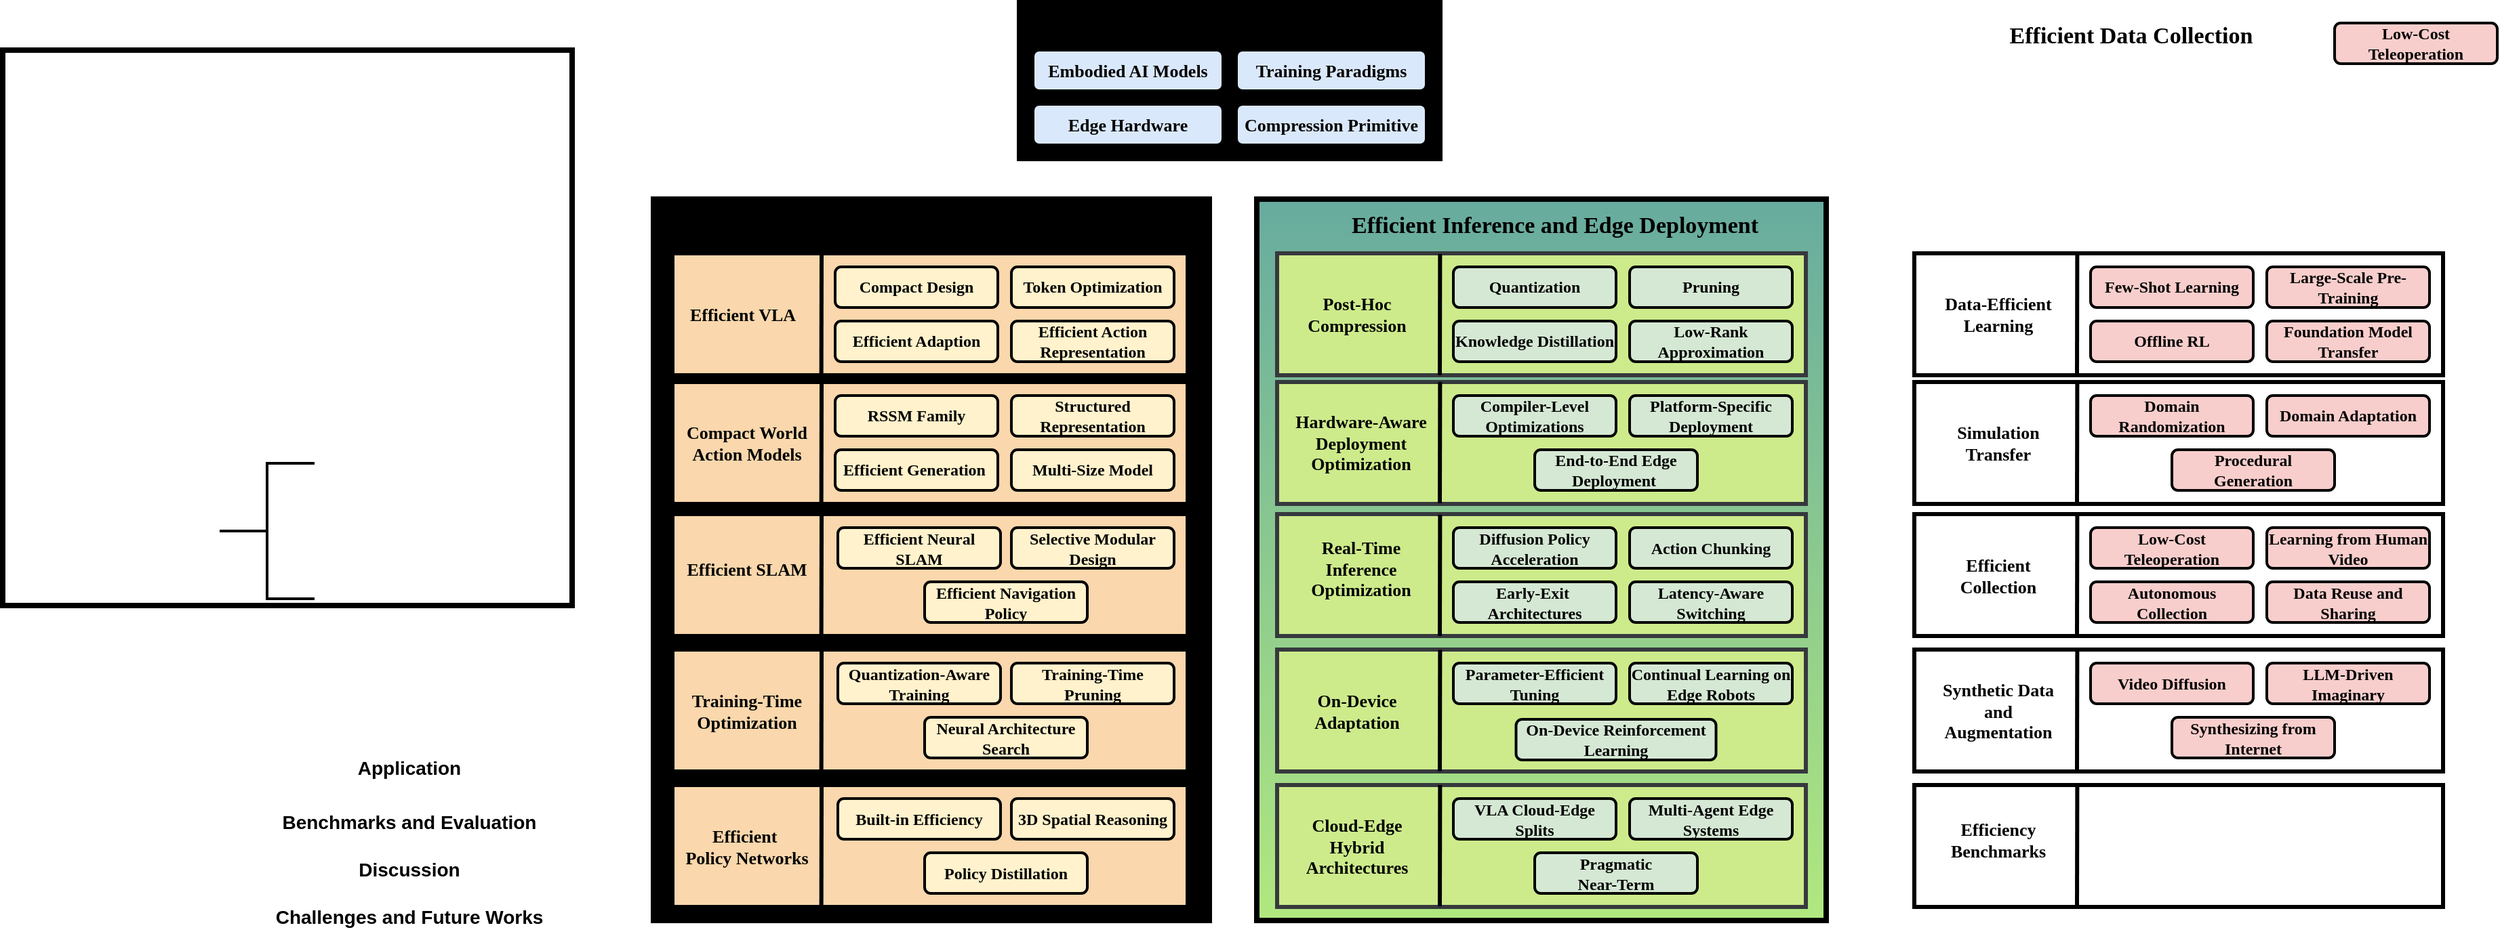
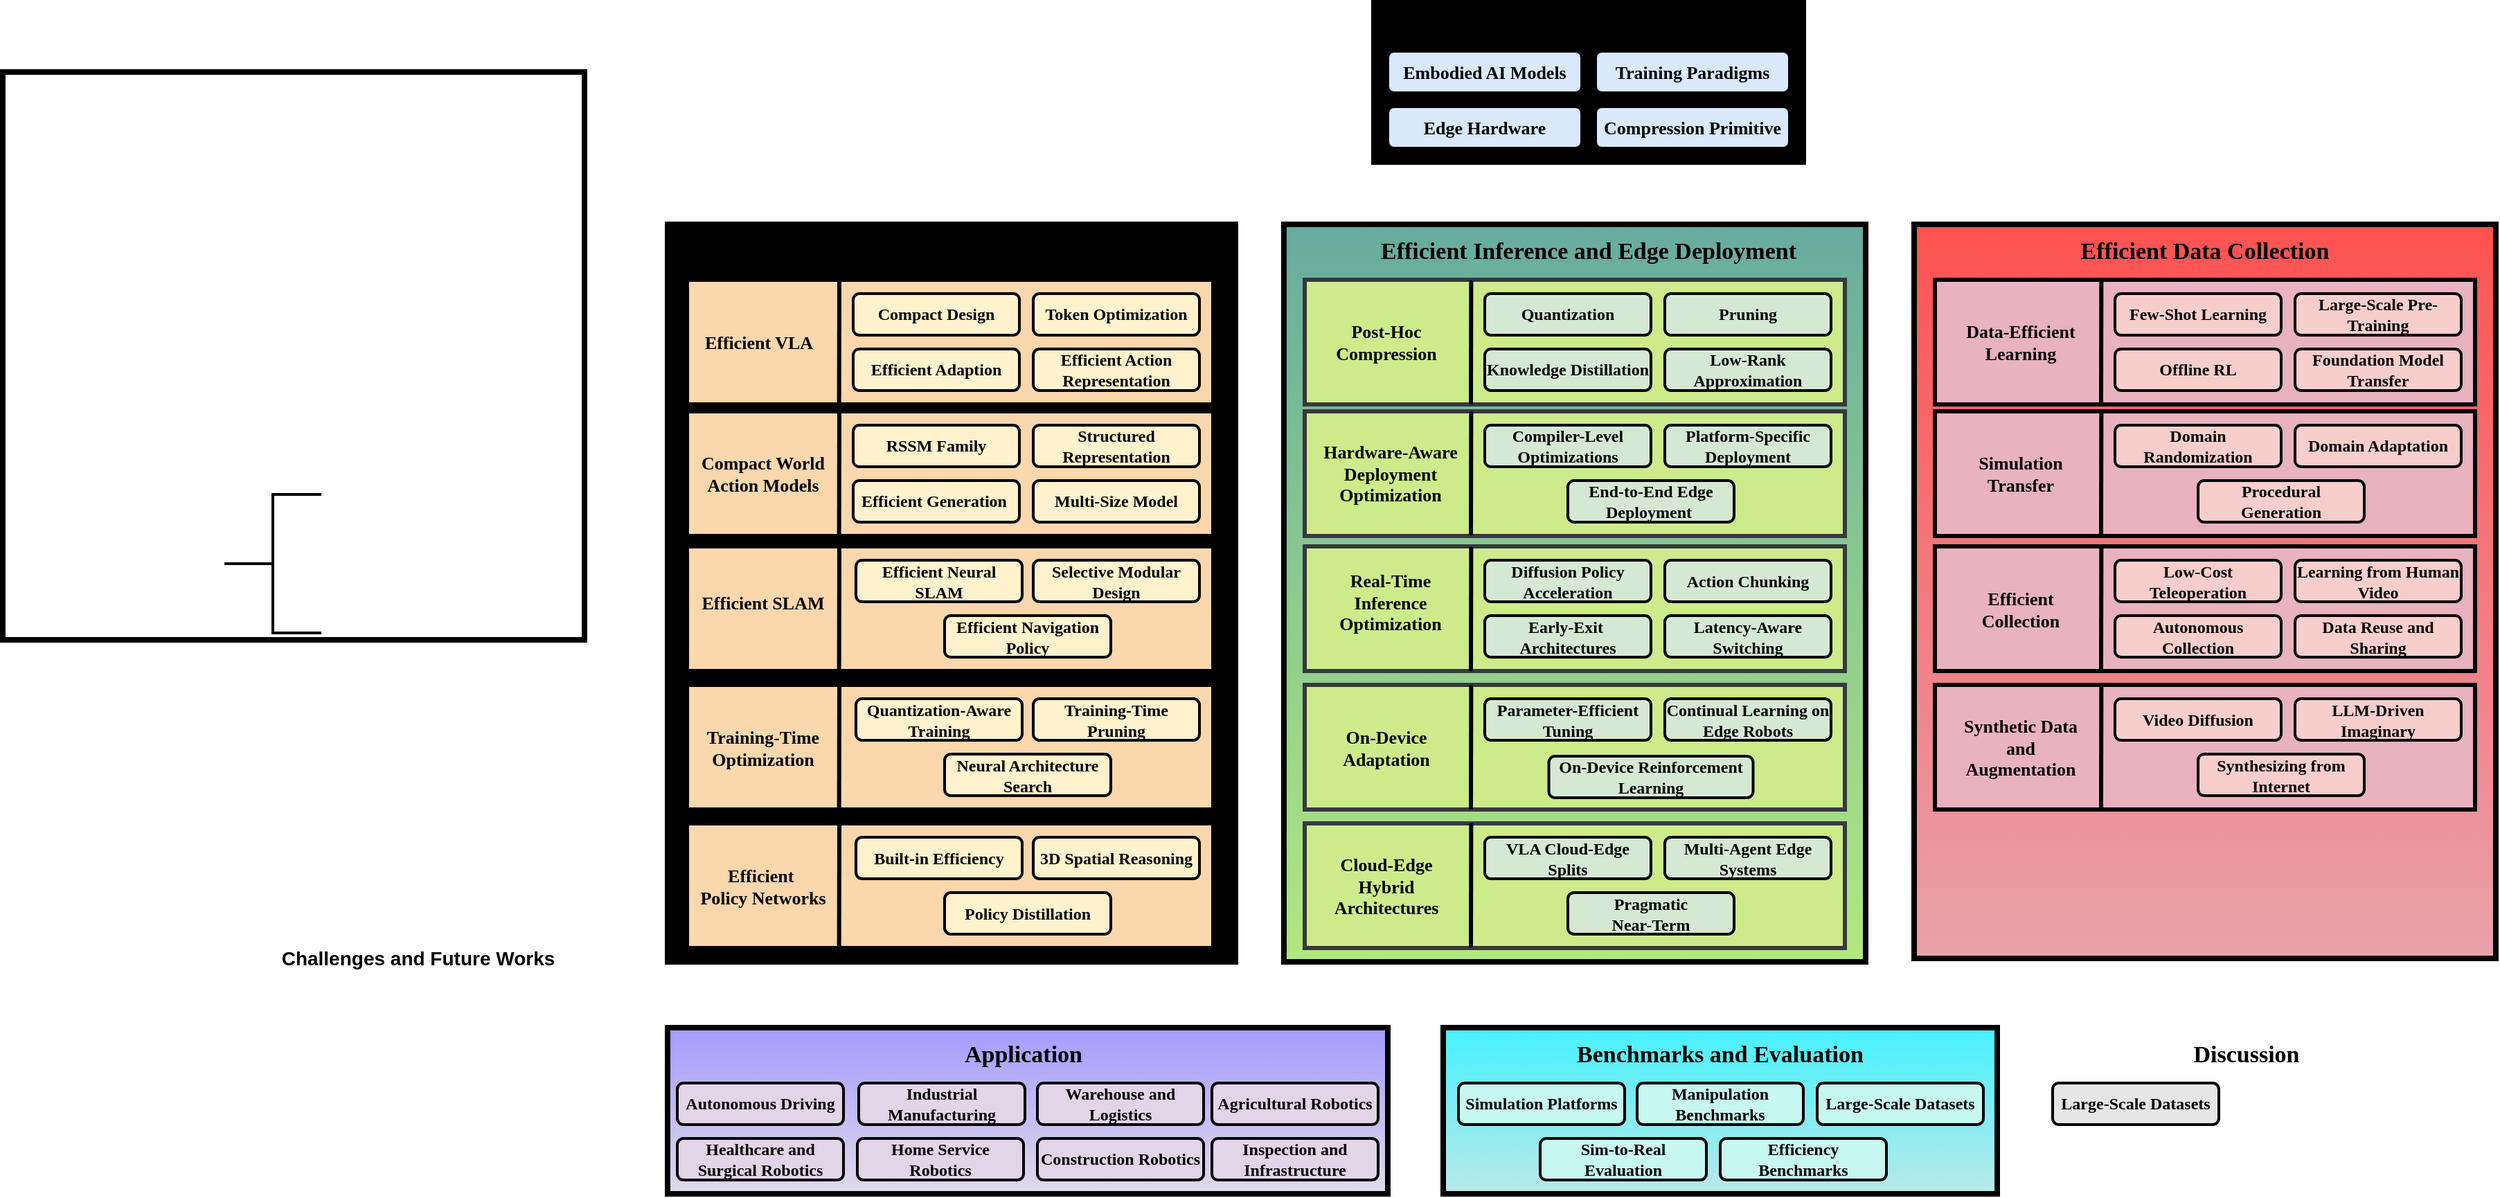
<mxfile host="app.diagrams.net">
  <diagram name="第 1 页" id="xv9Lnx2gyYwYQaEzt8dN">
-     <mxGraphModel dx="2450" dy="829" grid="1" gridSize="10" guides="1" tooltips="1" connect="1" arrows="1" fold="1" page="1" pageScale="1" pageWidth="827" pageHeight="1169" math="0" shadow="0">
+     <mxGraphModel dx="2755" dy="985" grid="1" gridSize="10" guides="1" tooltips="1" connect="1" arrows="1" fold="1" page="1" pageScale="1" pageWidth="827" pageHeight="1169" math="0" shadow="0">
      <root>
        <mxCell id="0" />
        <mxCell id="1" parent="0" />
+         <mxCell id="HWx69ffex-x17Lno-qGl-78" parent="1" style="rounded=0;whiteSpace=wrap;html=1;strokeWidth=4;container=0;fillColor=#47F2FF;gradientColor=#B9E8E8;strokeColor=#000000;" value="" vertex="1">
+           <mxGeometry height="120" width="400" x="420" y="780" as="geometry" />
+         </mxCell>
+         <mxCell id="HWx69ffex-x17Lno-qGl-71" parent="1" style="rounded=0;whiteSpace=wrap;html=1;strokeWidth=4;container=0;fillColor=#A59BFF;gradientColor=#E0DAE8;strokeColor=#000000;" value="" vertex="1">
+           <mxGeometry height="120" width="520" x="-140" y="780" as="geometry" />
+         </mxCell>
+         <mxCell id="HWx69ffex-x17Lno-qGl-58" parent="1" style="rounded=0;whiteSpace=wrap;html=1;strokeWidth=4;container=0;fillColor=#FF5151;gradientColor=#E8A2AB;strokeColor=#000000;" value="" vertex="1">
+           <mxGeometry height="530" width="420" x="760" y="200" as="geometry" />
+         </mxCell>
        <mxCell id="HWx69ffex-x17Lno-qGl-20" parent="1" style="rounded=0;whiteSpace=wrap;html=1;strokeWidth=4;container=0;fillColor=#67AB9F;gradientColor=#B1E87F;strokeColor=#000000;" value="" vertex="1">
          <mxGeometry height="532.5" width="420" x="305" y="200" as="geometry" />
        </mxCell>
        <mxCell id="P4z1W6zyqtdSm3awDH87-88" parent="1" style="rounded=0;whiteSpace=wrap;html=1;strokeWidth=4;" value="" vertex="1">
          <mxGeometry height="410" width="420" x="-620" y="90" as="geometry" />
        </mxCell>
-         <mxCell id="mN9CjeCU7Y2PogCVv73L-14" parent="1" style="text;html=1;whiteSpace=wrap;strokeColor=none;fillColor=none;align=center;verticalAlign=middle;rounded=0;" value="&lt;font face=&quot;Helvetica&quot; style=&quot;font-size: 14px;&quot;&gt;&lt;b style=&quot;&quot;&gt;Application&lt;/b&gt;&lt;/font&gt;" vertex="1">
-           <mxGeometry height="20" width="260" x="-450" y="610" as="geometry" />
-         </mxCell>
-         <mxCell id="mN9CjeCU7Y2PogCVv73L-15" parent="1" style="text;html=1;whiteSpace=wrap;strokeColor=none;fillColor=none;align=center;verticalAlign=middle;rounded=0;" value="&lt;font face=&quot;Helvetica&quot; style=&quot;font-size: 14px;&quot;&gt;&lt;b style=&quot;&quot;&gt;Benchmarks and Evaluation&lt;/b&gt;&lt;/font&gt;" vertex="1">
-           <mxGeometry height="20" width="260" x="-450" y="650" as="geometry" />
+         <mxCell id="mN9CjeCU7Y2PogCVv73L-14" parent="1" style="text;html=1;whiteSpace=wrap;strokeColor=none;fillColor=none;align=center;verticalAlign=middle;rounded=0;" value="&lt;font style=&quot;font-size: 17px;&quot; face=&quot;Comic Sans MS&quot;&gt;&lt;b style=&quot;&quot;&gt;Application&lt;/b&gt;&lt;/font&gt;" vertex="1">
+           <mxGeometry height="20" width="260" x="-13" y="790" as="geometry" />
+         </mxCell>
+         <mxCell id="mN9CjeCU7Y2PogCVv73L-15" parent="1" style="text;html=1;whiteSpace=wrap;strokeColor=none;fillColor=none;align=center;verticalAlign=middle;rounded=0;" value="&lt;font style=&quot;font-size: 17px;&quot; face=&quot;Comic Sans MS&quot;&gt;&lt;b style=&quot;&quot;&gt;Benchmarks and Evaluation&lt;/b&gt;&lt;/font&gt;" vertex="1">
+           <mxGeometry height="20" width="260" x="490" y="790" as="geometry" />
        </mxCell>
        <mxCell id="mN9CjeCU7Y2PogCVv73L-16" parent="1" style="text;html=1;whiteSpace=wrap;strokeColor=none;fillColor=none;align=center;verticalAlign=middle;rounded=0;" value="&lt;font face=&quot;Helvetica&quot; style=&quot;font-size: 14px;&quot;&gt;&lt;b style=&quot;&quot;&gt;Challenges and Future Works&lt;/b&gt;&lt;/font&gt;" vertex="1">
          <mxGeometry height="20" width="260" x="-450" y="720" as="geometry" />
        </mxCell>
-         <mxCell id="mN9CjeCU7Y2PogCVv73L-17" parent="1" style="text;html=1;whiteSpace=wrap;strokeColor=none;fillColor=none;align=center;verticalAlign=middle;rounded=0;" value="&lt;font face=&quot;Helvetica&quot; style=&quot;font-size: 14px;&quot;&gt;&lt;b style=&quot;&quot;&gt;Discussion&lt;/b&gt;&lt;/font&gt;" vertex="1">
-           <mxGeometry height="20" width="260" x="-450" y="685" as="geometry" />
+         <mxCell id="mN9CjeCU7Y2PogCVv73L-17" parent="1" style="text;html=1;whiteSpace=wrap;strokeColor=none;fillColor=none;align=center;verticalAlign=middle;rounded=0;" value="&lt;font style=&quot;font-size: 17px;&quot; face=&quot;Comic Sans MS&quot;&gt;&lt;b style=&quot;&quot;&gt;Discussion&lt;/b&gt;&lt;/font&gt;" vertex="1">
+           <mxGeometry height="20" width="260" x="870" y="790" as="geometry" />
        </mxCell>
        <mxCell id="mN9CjeCU7Y2PogCVv73L-18" parent="1" style="strokeWidth=2;html=1;shape=mxgraph.flowchart.annotation_2;align=left;labelPosition=right;pointerEvents=1;" value="" vertex="1">
          <mxGeometry height="100" width="70" x="-460" y="395" as="geometry" />
        </mxCell>
        <mxCell id="P4z1W6zyqtdSm3awDH87-52" connectable="0" parent="1" style="group;strokeColor=#000000;fillColor=#dae8fc;gradientColor=#7ea6e0;container=0;" value="" vertex="1">
-           <mxGeometry height="115" width="310" x="130" y="55" as="geometry" />
+           <mxGeometry height="115" width="310" x="370" y="40" as="geometry" />
        </mxCell>
        <mxCell id="P4z1W6zyqtdSm3awDH87-90" parent="1" style="rounded=0;whiteSpace=wrap;html=1;strokeWidth=3;fillColor=#cdeb8b;strokeColor=#36393d;" value="" vertex="1">
          <mxGeometry height="90" width="390" x="320" y="240" as="geometry" />
        </mxCell>
        <mxCell id="P4z1W6zyqtdSm3awDH87-91" edge="1" parent="1" style="endArrow=none;html=1;rounded=0;strokeWidth=3;entryX=0.289;entryY=0.995;entryDx=0;entryDy=0;entryPerimeter=0;" value="">
          <mxGeometry height="50" relative="1" width="50" as="geometry">
            <mxPoint x="440.17999999999995" y="240.45" as="sourcePoint" />
            <mxPoint x="439.9999999999999" y="330.00000000000006" as="targetPoint" />
          </mxGeometry>
        </mxCell>
        <mxCell id="P4z1W6zyqtdSm3awDH87-11" parent="1" style="rounded=0;whiteSpace=wrap;html=1;strokeWidth=4;container=0;fillColor=light-dark(#e0ae0b, #6a3f00);gradientColor=light-dark(#FFE599,#B07303);strokeColor=#000000;" value="" vertex="1">
          <mxGeometry height="532.5" width="410" x="-140" y="200" as="geometry" />
        </mxCell>
        <mxCell id="P4z1W6zyqtdSm3awDH87-29" parent="1" style="rounded=0;whiteSpace=wrap;html=1;strokeWidth=3;container=0;fillColor=#fad7ac;strokeColor=#000000;" value="" vertex="1">
          <mxGeometry height="90" width="380" x="-126" y="240" as="geometry" />
        </mxCell>
        <mxCell id="mN9CjeCU7Y2PogCVv73L-10" parent="1" style="text;html=1;whiteSpace=wrap;strokeColor=none;fillColor=none;align=center;verticalAlign=middle;rounded=0;container=0;" value="&lt;font style=&quot;font-size: 17px;&quot; face=&quot;Comic Sans MS&quot;&gt;&lt;b style=&quot;&quot;&gt;Efficient Model Design&lt;/b&gt;&lt;/font&gt;" vertex="1">
          <mxGeometry height="20" width="200" x="-35" y="210" as="geometry" />
        </mxCell>
        <mxCell id="mN9CjeCU7Y2PogCVv73L-22" parent="1" style="rounded=1;whiteSpace=wrap;html=1;strokeWidth=2;container=0;fillColor=#fff2cc;strokeColor=#000000;" value="&lt;b&gt;&lt;font face=&quot;Comic Sans MS&quot;&gt;Compact Design&lt;/font&gt;&lt;/b&gt;" vertex="1">
          <mxGeometry height="30" width="120" x="-6" y="250" as="geometry" />
        </mxCell>
        <mxCell id="mN9CjeCU7Y2PogCVv73L-23" parent="1" style="rounded=1;whiteSpace=wrap;html=1;strokeWidth=2;container=0;fillColor=#fff2cc;strokeColor=#000000;" value="&lt;b&gt;&lt;font face=&quot;Comic Sans MS&quot;&gt;Efficient Adaption&lt;/font&gt;&lt;/b&gt;" vertex="1">
          <mxGeometry height="30" width="120" x="-6" y="290" as="geometry" />
        </mxCell>
        <mxCell id="mN9CjeCU7Y2PogCVv73L-24" parent="1" style="rounded=1;whiteSpace=wrap;html=1;strokeWidth=2;container=0;fillColor=#fff2cc;strokeColor=#000000;" value="&lt;font face=&quot;Comic Sans MS&quot;&gt;&lt;b&gt;Efficient Action Representation&lt;/b&gt;&lt;/font&gt;" vertex="1">
          <mxGeometry height="30" width="120" x="124" y="290" as="geometry" />
        </mxCell>
        <mxCell id="mN9CjeCU7Y2PogCVv73L-26" parent="1" style="rounded=1;whiteSpace=wrap;html=1;strokeWidth=2;container=0;fillColor=#fff2cc;strokeColor=#000000;" value="&lt;b&gt;&lt;font face=&quot;Comic Sans MS&quot;&gt;Token Optimization&lt;/font&gt;&lt;/b&gt;" vertex="1">
          <mxGeometry height="30" width="120" x="124" y="250" as="geometry" />
        </mxCell>
        <mxCell id="P4z1W6zyqtdSm3awDH87-30" parent="1" style="text;html=1;whiteSpace=wrap;strokeColor=none;fillColor=none;align=center;verticalAlign=middle;rounded=0;container=0;" value="&lt;b style=&quot;font-size: 13px;&quot;&gt;&lt;font face=&quot;Comic Sans MS&quot;&gt;Efficient VLA&lt;/font&gt;&lt;/b&gt;" vertex="1">
          <mxGeometry height="20" width="104" x="-126" y="275" as="geometry" />
        </mxCell>
        <mxCell id="P4z1W6zyqtdSm3awDH87-31" edge="1" parent="1" style="endArrow=none;html=1;rounded=0;strokeWidth=3;entryX=0.289;entryY=0.995;entryDx=0;entryDy=0;entryPerimeter=0;" target="P4z1W6zyqtdSm3awDH87-29" value="">
          <mxGeometry height="50" relative="1" width="50" as="geometry">
            <mxPoint x="-16" y="240" as="sourcePoint" />
            <mxPoint x="-16" y="280" as="targetPoint" />
          </mxGeometry>
        </mxCell>
        <mxCell id="P4z1W6zyqtdSm3awDH87-32" parent="1" style="rounded=0;whiteSpace=wrap;html=1;strokeWidth=3;container=0;fillColor=#fad7ac;strokeColor=#000000;" value="" vertex="1">
          <mxGeometry height="90" width="380" x="-126" y="335" as="geometry" />
        </mxCell>
        <mxCell id="P4z1W6zyqtdSm3awDH87-33" edge="1" parent="1" style="endArrow=none;html=1;rounded=0;strokeWidth=3;entryX=0.289;entryY=0.995;entryDx=0;entryDy=0;entryPerimeter=0;" target="P4z1W6zyqtdSm3awDH87-32" value="">
          <mxGeometry height="50" relative="1" width="50" as="geometry">
            <mxPoint x="-16" y="335" as="sourcePoint" />
            <mxPoint x="-16" y="375" as="targetPoint" />
          </mxGeometry>
        </mxCell>
        <mxCell id="P4z1W6zyqtdSm3awDH87-34" parent="1" style="text;html=1;whiteSpace=wrap;strokeColor=none;fillColor=none;align=center;verticalAlign=middle;rounded=0;container=0;" value="&lt;b style=&quot;font-size: 13px;&quot;&gt;&lt;font face=&quot;Comic Sans MS&quot;&gt;Compact World Action Models&lt;/font&gt;&lt;/b&gt;" vertex="1">
          <mxGeometry height="20" width="114" x="-128" y="370" as="geometry" />
        </mxCell>
        <mxCell id="mN9CjeCU7Y2PogCVv73L-30" parent="1" style="rounded=1;whiteSpace=wrap;html=1;strokeWidth=2;container=0;fillColor=#fff2cc;strokeColor=#000000;" value="&lt;b&gt;&lt;font face=&quot;Comic Sans MS&quot;&gt;RSSM Family&lt;/font&gt;&lt;/b&gt;" vertex="1">
          <mxGeometry height="30" width="120" x="-6" y="345" as="geometry" />
        </mxCell>
        <mxCell id="mN9CjeCU7Y2PogCVv73L-32" parent="1" style="rounded=1;whiteSpace=wrap;html=1;strokeWidth=2;container=0;fillColor=#fff2cc;strokeColor=#000000;" value="&lt;font face=&quot;Comic Sans MS&quot;&gt;&lt;b&gt;Efficient Generation&amp;nbsp;&lt;/b&gt;&lt;/font&gt;" vertex="1">
          <mxGeometry height="30" width="120" x="-6" y="385" as="geometry" />
        </mxCell>
        <mxCell id="mN9CjeCU7Y2PogCVv73L-33" parent="1" style="rounded=1;whiteSpace=wrap;html=1;strokeWidth=2;container=0;fillColor=#fff2cc;strokeColor=#000000;" value="&lt;b&gt;&lt;font face=&quot;Comic Sans MS&quot;&gt;Structured Representation&lt;/font&gt;&lt;/b&gt;" vertex="1">
          <mxGeometry height="30" width="120" x="124" y="345" as="geometry" />
        </mxCell>
        <mxCell id="P4z1W6zyqtdSm3awDH87-36" parent="1" style="rounded=1;whiteSpace=wrap;html=1;strokeWidth=2;container=0;fillColor=#fff2cc;strokeColor=#000000;" value="&lt;b&gt;&lt;font face=&quot;Comic Sans MS&quot;&gt;Multi-Size Model&lt;/font&gt;&lt;/b&gt;" vertex="1">
          <mxGeometry height="30" width="120" x="124" y="385" as="geometry" />
        </mxCell>
        <mxCell id="P4z1W6zyqtdSm3awDH87-37" parent="1" style="rounded=0;whiteSpace=wrap;html=1;strokeWidth=3;container=0;fillColor=#fad7ac;strokeColor=#000000;" value="" vertex="1">
          <mxGeometry height="90" width="380" x="-126" y="432.5" as="geometry" />
        </mxCell>
        <mxCell id="P4z1W6zyqtdSm3awDH87-38" edge="1" parent="1" style="endArrow=none;html=1;rounded=0;strokeWidth=3;entryX=0.289;entryY=0.995;entryDx=0;entryDy=0;entryPerimeter=0;" target="P4z1W6zyqtdSm3awDH87-37" value="">
          <mxGeometry height="50" relative="1" width="50" as="geometry">
            <mxPoint x="-16" y="432.5" as="sourcePoint" />
            <mxPoint x="-16" y="472.5" as="targetPoint" />
          </mxGeometry>
        </mxCell>
        <mxCell id="P4z1W6zyqtdSm3awDH87-44" parent="1" style="text;html=1;whiteSpace=wrap;strokeColor=none;fillColor=none;align=center;verticalAlign=middle;rounded=0;container=0;" value="&lt;b style=&quot;font-size: 13px;&quot;&gt;&lt;font face=&quot;Comic Sans MS&quot;&gt;Efficient SLAM&lt;/font&gt;&lt;/b&gt;" vertex="1">
          <mxGeometry height="20" width="114" x="-128" y="462.5" as="geometry" />
        </mxCell>
        <mxCell id="P4z1W6zyqtdSm3awDH87-19" parent="1" style="rounded=1;whiteSpace=wrap;html=1;strokeWidth=2;container=0;fillColor=#fff2cc;strokeColor=#000000;" value="&lt;b&gt;&lt;font face=&quot;Comic Sans MS&quot;&gt;Efficient Neural SLAM&lt;/font&gt;&lt;/b&gt;" vertex="1">
          <mxGeometry height="30" width="120" x="-4" y="442.5" as="geometry" />
        </mxCell>
        <mxCell id="P4z1W6zyqtdSm3awDH87-20" parent="1" style="rounded=1;whiteSpace=wrap;html=1;strokeWidth=2;container=0;fillColor=#fff2cc;strokeColor=#000000;" value="&lt;font face=&quot;Comic Sans MS&quot;&gt;&lt;b&gt;Selective Modular Design&lt;/b&gt;&lt;/font&gt;" vertex="1">
          <mxGeometry height="30" width="120" x="124" y="442.5" as="geometry" />
        </mxCell>
        <mxCell id="P4z1W6zyqtdSm3awDH87-21" parent="1" style="rounded=1;whiteSpace=wrap;html=1;strokeWidth=2;container=0;fillColor=#fff2cc;strokeColor=#000000;" value="&lt;font face=&quot;Comic Sans MS&quot;&gt;&lt;b&gt;Efficient Navigation Policy&lt;/b&gt;&lt;/font&gt;" vertex="1">
          <mxGeometry height="30" width="120" x="60" y="482.5" as="geometry" />
        </mxCell>
        <mxCell id="P4z1W6zyqtdSm3awDH87-45" parent="1" style="rounded=0;whiteSpace=wrap;html=1;strokeWidth=3;container=0;fillColor=#fad7ac;strokeColor=#000000;" value="" vertex="1">
          <mxGeometry height="90" width="380" x="-126" y="632.5" as="geometry" />
        </mxCell>
        <mxCell id="P4z1W6zyqtdSm3awDH87-46" edge="1" parent="1" style="endArrow=none;html=1;rounded=0;strokeWidth=3;entryX=0.289;entryY=0.995;entryDx=0;entryDy=0;entryPerimeter=0;" target="P4z1W6zyqtdSm3awDH87-45" value="">
          <mxGeometry height="50" relative="1" width="50" as="geometry">
            <mxPoint x="-16" y="632.5" as="sourcePoint" />
            <mxPoint x="-16" y="672.5" as="targetPoint" />
          </mxGeometry>
        </mxCell>
        <mxCell id="P4z1W6zyqtdSm3awDH87-47" parent="1" style="rounded=0;whiteSpace=wrap;html=1;strokeWidth=3;container=0;fillColor=#fad7ac;strokeColor=#000000;" value="" vertex="1">
          <mxGeometry height="90" width="380" x="-126" y="532.5" as="geometry" />
        </mxCell>
        <mxCell id="P4z1W6zyqtdSm3awDH87-48" edge="1" parent="1" style="endArrow=none;html=1;rounded=0;strokeWidth=3;entryX=0.289;entryY=0.995;entryDx=0;entryDy=0;entryPerimeter=0;" target="P4z1W6zyqtdSm3awDH87-47" value="">
          <mxGeometry height="50" relative="1" width="50" as="geometry">
            <mxPoint x="-16" y="532.5" as="sourcePoint" />
            <mxPoint x="-16" y="572.5" as="targetPoint" />
          </mxGeometry>
        </mxCell>
        <mxCell id="P4z1W6zyqtdSm3awDH87-25" parent="1" style="rounded=1;whiteSpace=wrap;html=1;strokeWidth=2;container=0;fillColor=#fff2cc;strokeColor=#000000;" value="&lt;font face=&quot;Comic Sans MS&quot;&gt;&lt;b&gt;Quantization-Aware Training&lt;/b&gt;&lt;/font&gt;" vertex="1">
          <mxGeometry height="30" width="120" x="-4" y="542.5" as="geometry" />
        </mxCell>
        <mxCell id="P4z1W6zyqtdSm3awDH87-26" parent="1" style="rounded=1;whiteSpace=wrap;html=1;strokeWidth=2;container=0;fillColor=#fff2cc;strokeColor=#000000;" value="&lt;font face=&quot;Comic Sans MS&quot;&gt;&lt;b&gt;Neural Architecture Search&lt;/b&gt;&lt;/font&gt;" vertex="1">
          <mxGeometry height="30" width="120" x="60" y="582.5" as="geometry" />
        </mxCell>
        <mxCell id="P4z1W6zyqtdSm3awDH87-27" parent="1" style="rounded=1;whiteSpace=wrap;html=1;strokeWidth=2;container=0;fillColor=#fff2cc;strokeColor=#000000;" value="&lt;font face=&quot;Comic Sans MS&quot;&gt;&lt;b&gt;Training-Time Pruning&lt;/b&gt;&lt;/font&gt;" vertex="1">
          <mxGeometry height="30" width="120" x="124" y="542.5" as="geometry" />
        </mxCell>
        <mxCell id="P4z1W6zyqtdSm3awDH87-4" parent="1" style="rounded=1;whiteSpace=wrap;html=1;strokeWidth=2;container=0;fillColor=#fff2cc;strokeColor=#000000;" value="&lt;b&gt;&lt;font face=&quot;Comic Sans MS&quot;&gt;3D Spatial Reasoning&lt;/font&gt;&lt;/b&gt;" vertex="1">
          <mxGeometry height="30" width="120" x="124" y="642.5" as="geometry" />
        </mxCell>
        <mxCell id="P4z1W6zyqtdSm3awDH87-6" parent="1" style="rounded=1;whiteSpace=wrap;html=1;strokeWidth=2;container=0;fillColor=#fff2cc;strokeColor=#000000;" value="&lt;font face=&quot;Comic Sans MS&quot;&gt;&lt;b&gt;Policy Distillation&lt;/b&gt;&lt;/font&gt;" vertex="1">
          <mxGeometry height="30" width="120" x="60" y="682.5" as="geometry" />
        </mxCell>
        <mxCell id="P4z1W6zyqtdSm3awDH87-7" parent="1" style="rounded=1;whiteSpace=wrap;html=1;strokeWidth=2;container=0;fillColor=#fff2cc;strokeColor=#000000;" value="&lt;font face=&quot;Comic Sans MS&quot;&gt;&lt;b&gt;Built-in Efficiency&lt;/b&gt;&lt;/font&gt;" vertex="1">
          <mxGeometry height="30" width="120" x="-4" y="642.5" as="geometry" />
        </mxCell>
        <mxCell id="P4z1W6zyqtdSm3awDH87-49" parent="1" style="text;html=1;whiteSpace=wrap;strokeColor=none;fillColor=none;align=center;verticalAlign=middle;rounded=0;container=0;" value="&lt;b style=&quot;font-size: 13px;&quot;&gt;&lt;font face=&quot;Comic Sans MS&quot;&gt;Training-Time Optimization&lt;/font&gt;&lt;/b&gt;" vertex="1">
          <mxGeometry height="20" width="114" x="-128" y="567.5" as="geometry" />
        </mxCell>
        <mxCell id="P4z1W6zyqtdSm3awDH87-50" parent="1" style="text;html=1;whiteSpace=wrap;strokeColor=none;fillColor=none;align=center;verticalAlign=middle;rounded=0;container=0;" value="&lt;b style=&quot;font-size: 13px;&quot;&gt;&lt;font face=&quot;Comic Sans MS&quot;&gt;Efficient&amp;nbsp;&lt;/font&gt;&lt;/b&gt;&lt;div&gt;&lt;b style=&quot;font-size: 13px;&quot;&gt;&lt;font face=&quot;Comic Sans MS&quot;&gt;Policy Networks&lt;/font&gt;&lt;/b&gt;&lt;/div&gt;" vertex="1">
          <mxGeometry height="20" width="114" x="-128" y="667.5" as="geometry" />
        </mxCell>
        <mxCell id="P4z1W6zyqtdSm3awDH87-92" parent="1" style="text;html=1;whiteSpace=wrap;strokeColor=none;fillColor=none;align=center;verticalAlign=middle;rounded=0;container=0;" value="&lt;b style=&quot;font-size: 13px;&quot;&gt;&lt;font face=&quot;Comic Sans MS&quot;&gt;Post-Hoc Compression&lt;/font&gt;&lt;/b&gt;" vertex="1">
          <mxGeometry height="20" width="104" x="327" y="275" as="geometry" />
        </mxCell>
        <mxCell id="P4z1W6zyqtdSm3awDH87-93" parent="1" style="rounded=1;whiteSpace=wrap;html=1;strokeWidth=2;container=0;fillColor=#d5e8d4;strokeColor=#000000;" value="&lt;b&gt;&lt;font face=&quot;Comic Sans MS&quot;&gt;Quantization&lt;/font&gt;&lt;/b&gt;" vertex="1">
          <mxGeometry height="30" width="120" x="450" y="250" as="geometry" />
        </mxCell>
        <mxCell id="P4z1W6zyqtdSm3awDH87-94" parent="1" style="rounded=1;whiteSpace=wrap;html=1;strokeWidth=2;container=0;fillColor=#d5e8d4;strokeColor=#000000;" value="&lt;b&gt;&lt;font face=&quot;Comic Sans MS&quot;&gt;Pruning&lt;/font&gt;&lt;/b&gt;" vertex="1">
          <mxGeometry height="30" width="120" x="580" y="250" as="geometry" />
        </mxCell>
        <mxCell id="P4z1W6zyqtdSm3awDH87-95" parent="1" style="rounded=1;whiteSpace=wrap;html=1;strokeWidth=2;container=0;fillColor=#d5e8d4;strokeColor=#000000;" value="&lt;font face=&quot;Comic Sans MS&quot;&gt;&lt;b&gt;Knowledge Distillation&lt;/b&gt;&lt;/font&gt;" vertex="1">
          <mxGeometry height="30" width="120" x="450" y="290" as="geometry" />
        </mxCell>
        <mxCell id="P4z1W6zyqtdSm3awDH87-96" parent="1" style="rounded=1;whiteSpace=wrap;html=1;strokeWidth=2;container=0;fillColor=#d5e8d4;strokeColor=#000000;" value="&lt;font face=&quot;Comic Sans MS&quot;&gt;&lt;b&gt;Low-Rank Approximation&lt;/b&gt;&lt;/font&gt;" vertex="1">
          <mxGeometry height="30" width="120" x="580" y="290" as="geometry" />
        </mxCell>
        <mxCell id="P4z1W6zyqtdSm3awDH87-97" parent="1" style="rounded=0;whiteSpace=wrap;html=1;strokeWidth=3;fillColor=#cdeb8b;strokeColor=#36393d;" value="" vertex="1">
          <mxGeometry height="90" width="390" x="320" y="335" as="geometry" />
        </mxCell>
        <mxCell id="P4z1W6zyqtdSm3awDH87-99" parent="1" style="rounded=0;whiteSpace=wrap;html=1;strokeWidth=3;fillColor=#cdeb8b;strokeColor=#36393d;" value="" vertex="1">
          <mxGeometry height="90" width="390" x="320" y="432.5" as="geometry" />
        </mxCell>
        <mxCell id="P4z1W6zyqtdSm3awDH87-101" parent="1" style="rounded=0;whiteSpace=wrap;html=1;strokeWidth=3;fillColor=#cdeb8b;strokeColor=#36393d;" value="" vertex="1">
          <mxGeometry height="90" width="390" x="320" y="532.5" as="geometry" />
        </mxCell>
        <mxCell id="P4z1W6zyqtdSm3awDH87-103" parent="1" style="rounded=0;whiteSpace=wrap;html=1;strokeWidth=3;fillColor=#cdeb8b;strokeColor=#36393d;" value="" vertex="1">
          <mxGeometry height="90" width="390" x="320" y="632.5" as="geometry" />
        </mxCell>
        <mxCell id="P4z1W6zyqtdSm3awDH87-105" parent="1" style="text;html=1;whiteSpace=wrap;strokeColor=none;fillColor=none;align=center;verticalAlign=middle;rounded=0;container=0;" value="&lt;font face=&quot;Comic Sans MS&quot;&gt;&lt;span style=&quot;font-size: 13px;&quot;&gt;&lt;b&gt;Hardware-Aware Deployment Optimization&lt;/b&gt;&lt;/span&gt;&lt;/font&gt;" vertex="1">
          <mxGeometry height="20" width="110" x="327" y="370" as="geometry" />
        </mxCell>
        <mxCell id="P4z1W6zyqtdSm3awDH87-106" edge="1" parent="1" style="endArrow=none;html=1;rounded=0;strokeWidth=3;entryX=0.289;entryY=0.995;entryDx=0;entryDy=0;entryPerimeter=0;" value="">
          <mxGeometry height="50" relative="1" width="50" as="geometry">
            <mxPoint x="440.18000000000006" y="335" as="sourcePoint" />
            <mxPoint x="440" y="424.55000000000007" as="targetPoint" />
          </mxGeometry>
        </mxCell>
        <mxCell id="P4z1W6zyqtdSm3awDH87-107" edge="1" parent="1" style="endArrow=none;html=1;rounded=0;strokeWidth=3;entryX=0.289;entryY=0.995;entryDx=0;entryDy=0;entryPerimeter=0;" value="">
          <mxGeometry height="50" relative="1" width="50" as="geometry">
            <mxPoint x="440.18000000000006" y="432.95" as="sourcePoint" />
            <mxPoint x="440" y="522.5000000000001" as="targetPoint" />
          </mxGeometry>
        </mxCell>
        <mxCell id="P4z1W6zyqtdSm3awDH87-108" edge="1" parent="1" style="endArrow=none;html=1;rounded=0;strokeWidth=3;entryX=0.289;entryY=0.995;entryDx=0;entryDy=0;entryPerimeter=0;" value="">
          <mxGeometry height="50" relative="1" width="50" as="geometry">
            <mxPoint x="440.18000000000006" y="532.72" as="sourcePoint" />
            <mxPoint x="440" y="622.2700000000001" as="targetPoint" />
          </mxGeometry>
        </mxCell>
        <mxCell id="P4z1W6zyqtdSm3awDH87-109" edge="1" parent="1" style="endArrow=none;html=1;rounded=0;strokeWidth=3;entryX=0.289;entryY=0.995;entryDx=0;entryDy=0;entryPerimeter=0;" value="">
          <mxGeometry height="50" relative="1" width="50" as="geometry">
            <mxPoint x="440.18000000000006" y="632.5" as="sourcePoint" />
            <mxPoint x="440" y="722.0500000000001" as="targetPoint" />
          </mxGeometry>
        </mxCell>
        <mxCell id="P4z1W6zyqtdSm3awDH87-110" parent="1" style="rounded=1;whiteSpace=wrap;html=1;strokeWidth=2;container=0;fillColor=#d5e8d4;strokeColor=#000000;" value="&lt;font face=&quot;Comic Sans MS&quot;&gt;&lt;b&gt;Compiler-Level Optimizations&lt;/b&gt;&lt;/font&gt;" vertex="1">
          <mxGeometry height="30" width="120" x="450" y="345" as="geometry" />
        </mxCell>
        <mxCell id="P4z1W6zyqtdSm3awDH87-111" parent="1" style="rounded=1;whiteSpace=wrap;html=1;strokeWidth=2;container=0;fillColor=#d5e8d4;strokeColor=#000000;" value="&lt;font face=&quot;Comic Sans MS&quot;&gt;&lt;b&gt;Platform-Specific Deployment&lt;/b&gt;&lt;/font&gt;" vertex="1">
          <mxGeometry height="30" width="120" x="580" y="345" as="geometry" />
        </mxCell>
        <mxCell id="P4z1W6zyqtdSm3awDH87-112" parent="1" style="rounded=1;whiteSpace=wrap;html=1;strokeWidth=2;container=0;fillColor=#d5e8d4;strokeColor=#000000;" value="&lt;font face=&quot;Comic Sans MS&quot;&gt;&lt;b&gt;End-to-End Edge Deployment&amp;nbsp;&lt;/b&gt;&lt;/font&gt;" vertex="1">
          <mxGeometry height="30" width="120" x="510" y="385" as="geometry" />
        </mxCell>
        <mxCell id="P4z1W6zyqtdSm3awDH87-113" parent="1" style="text;html=1;whiteSpace=wrap;strokeColor=none;fillColor=none;align=center;verticalAlign=middle;rounded=0;container=0;" value="&lt;font face=&quot;Comic Sans MS&quot;&gt;&lt;span style=&quot;font-size: 13px;&quot;&gt;&lt;b&gt;Real-Time Inference Optimization&lt;/b&gt;&lt;/span&gt;&lt;/font&gt;" vertex="1">
          <mxGeometry height="20" width="104" x="330" y="462.5" as="geometry" />
        </mxCell>
        <mxCell id="HWx69ffex-x17Lno-qGl-1" parent="1" style="rounded=1;whiteSpace=wrap;html=1;strokeWidth=2;container=0;fillColor=#d5e8d4;strokeColor=#000000;" value="&lt;font face=&quot;Comic Sans MS&quot;&gt;&lt;b&gt;Diffusion Policy Acceleration&lt;/b&gt;&lt;/font&gt;" vertex="1">
          <mxGeometry height="30" width="120" x="450" y="442.5" as="geometry" />
        </mxCell>
        <mxCell id="HWx69ffex-x17Lno-qGl-3" parent="1" style="rounded=1;whiteSpace=wrap;html=1;strokeWidth=2;container=0;fillColor=#d5e8d4;strokeColor=#000000;" value="&lt;font face=&quot;Comic Sans MS&quot;&gt;&lt;b&gt;Action Chunking&lt;/b&gt;&lt;/font&gt;" vertex="1">
          <mxGeometry height="30" width="120" x="580" y="442.5" as="geometry" />
        </mxCell>
        <mxCell id="HWx69ffex-x17Lno-qGl-4" parent="1" style="rounded=1;whiteSpace=wrap;html=1;strokeWidth=2;container=0;fillColor=#d5e8d4;strokeColor=#000000;" value="&lt;font face=&quot;Comic Sans MS&quot;&gt;&lt;b&gt;Latency-Aware Switching&lt;/b&gt;&lt;/font&gt;" vertex="1">
          <mxGeometry height="30" width="120" x="580" y="482.5" as="geometry" />
        </mxCell>
        <mxCell id="HWx69ffex-x17Lno-qGl-5" parent="1" style="rounded=1;whiteSpace=wrap;html=1;strokeWidth=2;container=0;fillColor=#d5e8d4;strokeColor=#000000;" value="&lt;font face=&quot;Comic Sans MS&quot;&gt;&lt;b&gt;Early-Exit&amp;nbsp; Architectures&lt;/b&gt;&lt;/font&gt;" vertex="1">
          <mxGeometry height="30" width="120" x="450" y="482.5" as="geometry" />
        </mxCell>
        <mxCell id="P4z1W6zyqtdSm3awDH87-12" parent="1" style="rounded=0;whiteSpace=wrap;html=1;strokeWidth=4;fillColor=light-dark(#7ea6e0, #1d293b);gradientColor=light-dark(#dae8fc, #436697);strokeColor=#000000;container=0;" value="" vertex="1">
-           <mxGeometry height="115" width="310" x="130" y="55" as="geometry" />
+           <mxGeometry height="115" width="310" x="370" y="40" as="geometry" />
        </mxCell>
        <mxCell id="mN9CjeCU7Y2PogCVv73L-6" parent="1" style="rounded=1;whiteSpace=wrap;html=1;strokeWidth=2;fillColor=#dae8fc;strokeColor=#000000;container=0;" value="&lt;font style=&quot;font-size: 13px;&quot; face=&quot;Comic Sans MS&quot;&gt;&lt;b style=&quot;&quot;&gt;Training Paradigms&lt;/b&gt;&lt;/font&gt;" vertex="1">
-           <mxGeometry height="30" width="140" x="290" y="90" as="geometry" />
+           <mxGeometry height="30" width="140" x="530" y="75" as="geometry" />
        </mxCell>
        <mxCell id="mN9CjeCU7Y2PogCVv73L-5" parent="1" style="rounded=1;whiteSpace=wrap;html=1;strokeWidth=2;fillColor=#dae8fc;strokeColor=#000000;container=0;" value="&lt;font style=&quot;font-size: 13px;&quot; face=&quot;Comic Sans MS&quot;&gt;&lt;b style=&quot;&quot;&gt;Edge Hardware&lt;/b&gt;&lt;/font&gt;" vertex="1">
-           <mxGeometry height="30" width="140" x="140" y="130" as="geometry" />
+           <mxGeometry height="30" width="140" x="380" y="115" as="geometry" />
        </mxCell>
        <mxCell id="mN9CjeCU7Y2PogCVv73L-8" parent="1" style="rounded=1;whiteSpace=wrap;html=1;strokeWidth=2;fillColor=#dae8fc;strokeColor=#000000;container=0;" value="&lt;font style=&quot;font-size: 13px;&quot; face=&quot;Comic Sans MS&quot;&gt;&lt;b style=&quot;&quot;&gt;Compression Primitive&lt;/b&gt;&lt;/font&gt;" vertex="1">
-           <mxGeometry height="30" width="140" x="290" y="130" as="geometry" />
+           <mxGeometry height="30" width="140" x="530" y="115" as="geometry" />
        </mxCell>
        <mxCell id="mN9CjeCU7Y2PogCVv73L-4" parent="1" style="rounded=1;whiteSpace=wrap;html=1;strokeWidth=2;fillColor=#dae8fc;strokeColor=#000000;container=0;" value="&lt;font style=&quot;font-size: 13px;&quot; face=&quot;Comic Sans MS&quot;&gt;&lt;b style=&quot;&quot;&gt;Embodied AI Models&lt;/b&gt;&lt;/font&gt;" vertex="1">
-           <mxGeometry height="30" width="140" x="140" y="90" as="geometry" />
+           <mxGeometry height="30" width="140" x="380" y="75" as="geometry" />
        </mxCell>
        <mxCell id="mN9CjeCU7Y2PogCVv73L-2" parent="1" style="text;html=1;whiteSpace=wrap;strokeColor=none;fillColor=none;align=center;verticalAlign=middle;rounded=0;container=0;" value="&lt;font style=&quot;font-size: 17px;&quot; face=&quot;Comic Sans MS&quot;&gt;&lt;b style=&quot;&quot;&gt;Background and Preliminaries&lt;/b&gt;&lt;/font&gt;" vertex="1">
-           <mxGeometry height="20" width="275" x="155" y="60" as="geometry" />
+           <mxGeometry height="20" width="275" x="395" y="45" as="geometry" />
        </mxCell>
        <mxCell id="HWx69ffex-x17Lno-qGl-7" parent="1" style="text;html=1;whiteSpace=wrap;strokeColor=none;fillColor=none;align=center;verticalAlign=middle;rounded=0;container=0;" value="&lt;font face=&quot;Comic Sans MS&quot;&gt;&lt;span style=&quot;font-size: 13px;&quot;&gt;&lt;b&gt;On-Device Adaptation&lt;/b&gt;&lt;/span&gt;&lt;/font&gt;" vertex="1">
          <mxGeometry height="20" width="104" x="327" y="567.5" as="geometry" />
        </mxCell>
        <mxCell id="HWx69ffex-x17Lno-qGl-8" parent="1" style="rounded=1;whiteSpace=wrap;html=1;strokeWidth=2;container=0;fillColor=#d5e8d4;strokeColor=#000000;" value="&lt;font face=&quot;Comic Sans MS&quot;&gt;&lt;b&gt;Parameter-Efficient Tuning&lt;/b&gt;&lt;/font&gt;" vertex="1">
          <mxGeometry height="30" width="120" x="450" y="542.5" as="geometry" />
        </mxCell>
        <mxCell id="HWx69ffex-x17Lno-qGl-9" parent="1" style="rounded=1;whiteSpace=wrap;html=1;strokeWidth=2;container=0;fillColor=#d5e8d4;strokeColor=#000000;" value="&lt;font face=&quot;Comic Sans MS&quot;&gt;&lt;b&gt;On-Device Reinforcement Learning&lt;/b&gt;&lt;/font&gt;" vertex="1">
          <mxGeometry height="30" width="147.5" x="496.25" y="584" as="geometry" />
        </mxCell>
        <mxCell id="HWx69ffex-x17Lno-qGl-10" parent="1" style="rounded=1;whiteSpace=wrap;html=1;strokeWidth=2;container=0;fillColor=#d5e8d4;strokeColor=#000000;" value="&lt;font face=&quot;Comic Sans MS&quot;&gt;&lt;b&gt;Continual Learning on Edge Robots&lt;/b&gt;&lt;/font&gt;" vertex="1">
          <mxGeometry height="30" width="120" x="580" y="542.5" as="geometry" />
        </mxCell>
        <mxCell id="HWx69ffex-x17Lno-qGl-13" parent="1" style="text;html=1;whiteSpace=wrap;strokeColor=none;fillColor=none;align=center;verticalAlign=middle;rounded=0;container=0;" value="&lt;font face=&quot;Comic Sans MS&quot;&gt;&lt;span style=&quot;font-size: 13px;&quot;&gt;&lt;b&gt;Cloud-Edge Hybrid Architectures&lt;/b&gt;&lt;/span&gt;&lt;/font&gt;" vertex="1">
          <mxGeometry height="20" width="104" x="327" y="667.5" as="geometry" />
        </mxCell>
        <mxCell id="HWx69ffex-x17Lno-qGl-16" parent="1" style="rounded=1;whiteSpace=wrap;html=1;strokeWidth=2;container=0;fillColor=#d5e8d4;strokeColor=#000000;" value="&lt;font face=&quot;Comic Sans MS&quot;&gt;&lt;b&gt;VLA Cloud-Edge Splits&lt;/b&gt;&lt;/font&gt;" vertex="1">
          <mxGeometry height="30" width="120" x="450" y="642.5" as="geometry" />
        </mxCell>
        <mxCell id="HWx69ffex-x17Lno-qGl-17" parent="1" style="rounded=1;whiteSpace=wrap;html=1;strokeWidth=2;container=0;fillColor=#d5e8d4;strokeColor=#000000;" value="&lt;font face=&quot;Comic Sans MS&quot;&gt;&lt;b&gt;Multi-Agent Edge Systems&lt;/b&gt;&lt;/font&gt;" vertex="1">
          <mxGeometry height="30" width="120" x="580" y="642.5" as="geometry" />
        </mxCell>
        <mxCell id="HWx69ffex-x17Lno-qGl-18" parent="1" style="rounded=1;whiteSpace=wrap;html=1;strokeWidth=2;container=0;fillColor=#d5e8d4;strokeColor=#000000;" value="&lt;font face=&quot;Comic Sans MS&quot;&gt;&lt;b&gt;Pragmatic&lt;/b&gt;&lt;/font&gt;&lt;div&gt;&lt;font face=&quot;Comic Sans MS&quot;&gt;&lt;b&gt;Near-Term&lt;/b&gt;&lt;/font&gt;&lt;/div&gt;" vertex="1">
          <mxGeometry height="30" width="120" x="510" y="682.5" as="geometry" />
        </mxCell>
        <mxCell id="HWx69ffex-x17Lno-qGl-21" parent="1" style="text;html=1;whiteSpace=wrap;strokeColor=none;fillColor=none;align=center;verticalAlign=middle;rounded=0;container=0;" value="&lt;font style=&quot;font-size: 17px;&quot; face=&quot;Comic Sans MS&quot;&gt;&lt;b style=&quot;&quot;&gt;Efficient Inference and Edge Deployment&lt;/b&gt;&lt;/font&gt;" vertex="1">
          <mxGeometry height="20" width="350" x="350" y="210" as="geometry" />
        </mxCell>
        <mxCell id="HWx69ffex-x17Lno-qGl-22" parent="1" style="text;html=1;whiteSpace=wrap;strokeColor=none;fillColor=none;align=center;verticalAlign=middle;rounded=0;" value="&lt;font style=&quot;font-size: 17px;&quot; face=&quot;Comic Sans MS&quot;&gt;&lt;b style=&quot;&quot;&gt;Efficient Data Collection&lt;/b&gt;&lt;/font&gt;" vertex="1">
-           <mxGeometry height="20" width="260" x="820" y="70" as="geometry" />
-         </mxCell>
-         <mxCell id="HWx69ffex-x17Lno-qGl-23" parent="1" style="rounded=0;whiteSpace=wrap;html=1;strokeWidth=3;" value="" vertex="1">
-           <mxGeometry height="90" width="390" x="790" y="240" as="geometry" />
+           <mxGeometry height="20" width="260" x="840" y="210" as="geometry" />
+         </mxCell>
+         <mxCell id="HWx69ffex-x17Lno-qGl-23" parent="1" style="rounded=0;whiteSpace=wrap;html=1;strokeWidth=3;fillColor=#E8B2BF;strokeColor=#000000;" value="" vertex="1">
+           <mxGeometry height="90" width="390" x="775" y="240" as="geometry" />
        </mxCell>
        <mxCell id="HWx69ffex-x17Lno-qGl-24" edge="1" parent="1" style="endArrow=none;html=1;rounded=0;strokeWidth=3;entryX=0.289;entryY=0.995;entryDx=0;entryDy=0;entryPerimeter=0;" value="">
          <mxGeometry height="50" relative="1" width="50" as="geometry">
-             <mxPoint x="910.1799999999998" y="240.45" as="sourcePoint" />
-             <mxPoint x="910" y="330.00000000000006" as="targetPoint" />
-           </mxGeometry>
-         </mxCell>
-         <mxCell id="HWx69ffex-x17Lno-qGl-25" parent="1" style="rounded=0;whiteSpace=wrap;html=1;strokeWidth=3;" value="" vertex="1">
-           <mxGeometry height="90" width="390" x="790" y="432.5" as="geometry" />
+             <mxPoint x="895.1799999999998" y="240.45" as="sourcePoint" />
+             <mxPoint x="895" y="330.00000000000006" as="targetPoint" />
+           </mxGeometry>
+         </mxCell>
+         <mxCell id="HWx69ffex-x17Lno-qGl-25" parent="1" style="rounded=0;whiteSpace=wrap;html=1;strokeWidth=3;fillColor=light-dark(#e8b2bf, #ededed);" value="" vertex="1">
+           <mxGeometry height="90" width="390" x="775" y="432.5" as="geometry" />
        </mxCell>
        <mxCell id="HWx69ffex-x17Lno-qGl-26" edge="1" parent="1" style="endArrow=none;html=1;rounded=0;strokeWidth=3;entryX=0.289;entryY=0.995;entryDx=0;entryDy=0;entryPerimeter=0;" value="">
          <mxGeometry height="50" relative="1" width="50" as="geometry">
-             <mxPoint x="910.1799999999998" y="432.95" as="sourcePoint" />
-             <mxPoint x="910" y="522.5" as="targetPoint" />
-           </mxGeometry>
-         </mxCell>
-         <mxCell id="HWx69ffex-x17Lno-qGl-27" parent="1" style="rounded=0;whiteSpace=wrap;html=1;strokeWidth=3;" value="" vertex="1">
-           <mxGeometry height="90" width="390" x="790" y="335" as="geometry" />
+             <mxPoint x="895.1799999999998" y="432.95" as="sourcePoint" />
+             <mxPoint x="895" y="522.5" as="targetPoint" />
+           </mxGeometry>
+         </mxCell>
+         <mxCell id="HWx69ffex-x17Lno-qGl-27" parent="1" style="rounded=0;whiteSpace=wrap;html=1;strokeWidth=3;fillColor=light-dark(#e8b2bf, #ededed);" value="" vertex="1">
+           <mxGeometry height="90" width="390" x="775" y="335" as="geometry" />
        </mxCell>
        <mxCell id="HWx69ffex-x17Lno-qGl-28" edge="1" parent="1" style="endArrow=none;html=1;rounded=0;strokeWidth=3;entryX=0.289;entryY=0.995;entryDx=0;entryDy=0;entryPerimeter=0;" value="">
          <mxGeometry height="50" relative="1" width="50" as="geometry">
-             <mxPoint x="910.1799999999998" y="335.45" as="sourcePoint" />
-             <mxPoint x="910" y="425.00000000000006" as="targetPoint" />
-           </mxGeometry>
-         </mxCell>
-         <mxCell id="HWx69ffex-x17Lno-qGl-29" parent="1" style="rounded=0;whiteSpace=wrap;html=1;strokeWidth=3;" value="" vertex="1">
-           <mxGeometry height="90" width="390" x="790" y="632.5" as="geometry" />
-         </mxCell>
-         <mxCell id="HWx69ffex-x17Lno-qGl-30" edge="1" parent="1" style="endArrow=none;html=1;rounded=0;strokeWidth=3;entryX=0.289;entryY=0.995;entryDx=0;entryDy=0;entryPerimeter=0;" value="">
-           <mxGeometry height="50" relative="1" width="50" as="geometry">
-             <mxPoint x="910.1799999999998" y="632.95" as="sourcePoint" />
-             <mxPoint x="910" y="722.5" as="targetPoint" />
-           </mxGeometry>
-         </mxCell>
-         <mxCell id="HWx69ffex-x17Lno-qGl-31" parent="1" style="rounded=0;whiteSpace=wrap;html=1;strokeWidth=3;" value="" vertex="1">
-           <mxGeometry height="90" width="390" x="790" y="532.5" as="geometry" />
+             <mxPoint x="895.1799999999998" y="335.45" as="sourcePoint" />
+             <mxPoint x="895" y="425.00000000000006" as="targetPoint" />
+           </mxGeometry>
+         </mxCell>
+         <mxCell id="HWx69ffex-x17Lno-qGl-31" parent="1" style="rounded=0;whiteSpace=wrap;html=1;strokeWidth=3;fillColor=light-dark(#e8b2bf, #ededed);" value="" vertex="1">
+           <mxGeometry height="90" width="390" x="775" y="532.5" as="geometry" />
        </mxCell>
        <mxCell id="HWx69ffex-x17Lno-qGl-32" edge="1" parent="1" style="endArrow=none;html=1;rounded=0;strokeWidth=3;entryX=0.289;entryY=0.995;entryDx=0;entryDy=0;entryPerimeter=0;" value="">
          <mxGeometry height="50" relative="1" width="50" as="geometry">
-             <mxPoint x="910.1799999999998" y="532.95" as="sourcePoint" />
-             <mxPoint x="910" y="622.5" as="targetPoint" />
+             <mxPoint x="895.1799999999998" y="532.95" as="sourcePoint" />
+             <mxPoint x="895" y="622.5" as="targetPoint" />
          </mxGeometry>
        </mxCell>
        <mxCell id="HWx69ffex-x17Lno-qGl-34" parent="1" style="text;html=1;whiteSpace=wrap;strokeColor=none;fillColor=none;align=center;verticalAlign=middle;rounded=0;container=0;" value="&lt;b style=&quot;font-size: 13px;&quot;&gt;&lt;font face=&quot;Comic Sans MS&quot;&gt;Data-Efficient Learning&lt;/font&gt;&lt;/b&gt;" vertex="1">
-           <mxGeometry height="20" width="104" x="800" y="275" as="geometry" />
+           <mxGeometry height="20" width="104" x="785" y="275" as="geometry" />
        </mxCell>
        <mxCell id="HWx69ffex-x17Lno-qGl-35" parent="1" style="rounded=1;whiteSpace=wrap;html=1;strokeWidth=2;container=0;fillColor=#f8cecc;strokeColor=#000000;" value="&lt;b&gt;&lt;font face=&quot;Comic Sans MS&quot;&gt;Large-Scale Pre-Training&lt;/font&gt;&lt;/b&gt;" vertex="1">
-           <mxGeometry height="30" width="120" x="1050" y="250" as="geometry" />
+           <mxGeometry height="30" width="120" x="1035" y="250" as="geometry" />
        </mxCell>
        <mxCell id="HWx69ffex-x17Lno-qGl-37" parent="1" style="rounded=1;whiteSpace=wrap;html=1;strokeWidth=2;container=0;fillColor=#f8cecc;strokeColor=#000000;" value="&lt;font face=&quot;Comic Sans MS&quot;&gt;&lt;b&gt;Few-Shot Learning&lt;/b&gt;&lt;/font&gt;" vertex="1">
-           <mxGeometry height="30" width="120" x="920" y="250" as="geometry" />
+           <mxGeometry height="30" width="120" x="905" y="250" as="geometry" />
        </mxCell>
        <mxCell id="HWx69ffex-x17Lno-qGl-38" parent="1" style="rounded=1;whiteSpace=wrap;html=1;strokeWidth=2;container=0;fillColor=#f8cecc;strokeColor=#000000;" value="&lt;b&gt;&lt;font face=&quot;Comic Sans MS&quot;&gt;Offline RL&lt;/font&gt;&lt;/b&gt;" vertex="1">
-           <mxGeometry height="30" width="120" x="920" y="290" as="geometry" />
+           <mxGeometry height="30" width="120" x="905" y="290" as="geometry" />
        </mxCell>
        <mxCell id="HWx69ffex-x17Lno-qGl-39" parent="1" style="rounded=1;whiteSpace=wrap;html=1;strokeWidth=2;container=0;fillColor=#f8cecc;strokeColor=#000000;" value="&lt;b&gt;&lt;font face=&quot;Comic Sans MS&quot;&gt;Foundation Model Transfer&lt;/font&gt;&lt;/b&gt;" vertex="1">
-           <mxGeometry height="30" width="120" x="1050" y="290" as="geometry" />
+           <mxGeometry height="30" width="120" x="1035" y="290" as="geometry" />
        </mxCell>
        <mxCell id="HWx69ffex-x17Lno-qGl-40" parent="1" style="text;html=1;whiteSpace=wrap;strokeColor=none;fillColor=none;align=center;verticalAlign=middle;rounded=0;container=0;" value="&lt;b style=&quot;font-size: 13px;&quot;&gt;&lt;font face=&quot;Comic Sans MS&quot;&gt;Simulation Transfer&lt;/font&gt;&lt;/b&gt;" vertex="1">
-           <mxGeometry height="20" width="104" x="800" y="370" as="geometry" />
+           <mxGeometry height="20" width="104" x="785" y="370" as="geometry" />
        </mxCell>
        <mxCell id="HWx69ffex-x17Lno-qGl-41" parent="1" style="text;html=1;whiteSpace=wrap;strokeColor=none;fillColor=none;align=center;verticalAlign=middle;rounded=0;container=0;" value="&lt;font face=&quot;Comic Sans MS&quot;&gt;&lt;span style=&quot;font-size: 13px;&quot;&gt;&lt;b&gt;Synthetic Data and Augmentation&lt;/b&gt;&lt;/span&gt;&lt;/font&gt;" vertex="1">
-           <mxGeometry height="20" width="104" x="800" y="567.5" as="geometry" />
+           <mxGeometry height="20" width="104" x="785" y="567.5" as="geometry" />
        </mxCell>
        <mxCell id="HWx69ffex-x17Lno-qGl-42" parent="1" style="text;html=1;whiteSpace=wrap;strokeColor=none;fillColor=none;align=center;verticalAlign=middle;rounded=0;container=0;" value="&lt;font face=&quot;Comic Sans MS&quot;&gt;&lt;span style=&quot;font-size: 13px;&quot;&gt;&lt;b&gt;Efficient Collection&lt;/b&gt;&lt;/span&gt;&lt;/font&gt;" vertex="1">
-           <mxGeometry height="20" width="104" x="800" y="467.5" as="geometry" />
+           <mxGeometry height="20" width="104" x="785" y="467.5" as="geometry" />
        </mxCell>
        <mxCell id="HWx69ffex-x17Lno-qGl-43" parent="1" style="rounded=1;whiteSpace=wrap;html=1;strokeWidth=2;container=0;fillColor=#f8cecc;strokeColor=#000000;" value="&lt;font face=&quot;Comic Sans MS&quot;&gt;&lt;b&gt;Domain Randomization&lt;/b&gt;&lt;/font&gt;" vertex="1">
-           <mxGeometry height="30" width="120" x="920" y="345" as="geometry" />
+           <mxGeometry height="30" width="120" x="905" y="345" as="geometry" />
        </mxCell>
        <mxCell id="HWx69ffex-x17Lno-qGl-44" parent="1" style="rounded=1;whiteSpace=wrap;html=1;strokeWidth=2;container=0;fillColor=#f8cecc;strokeColor=#000000;" value="&lt;font face=&quot;Comic Sans MS&quot;&gt;&lt;b&gt;Procedural Generation&lt;/b&gt;&lt;/font&gt;" vertex="1">
-           <mxGeometry height="30" width="120" x="980" y="385" as="geometry" />
+           <mxGeometry height="30" width="120" x="965" y="385" as="geometry" />
        </mxCell>
        <mxCell id="HWx69ffex-x17Lno-qGl-45" parent="1" style="rounded=1;whiteSpace=wrap;html=1;strokeWidth=2;container=0;fillColor=#f8cecc;strokeColor=#000000;" value="&lt;font face=&quot;Comic Sans MS&quot;&gt;&lt;b&gt;Domain Adaptation&lt;/b&gt;&lt;/font&gt;" vertex="1">
-           <mxGeometry height="30" width="120" x="1050" y="345" as="geometry" />
+           <mxGeometry height="30" width="120" x="1035" y="345" as="geometry" />
        </mxCell>
        <mxCell id="HWx69ffex-x17Lno-qGl-46" parent="1" style="rounded=1;whiteSpace=wrap;html=1;strokeWidth=2;container=0;fillColor=#f8cecc;strokeColor=#000000;" value="&lt;font face=&quot;Comic Sans MS&quot;&gt;&lt;b&gt;Low-Cost Teleoperation&lt;/b&gt;&lt;/font&gt;" vertex="1">
-           <mxGeometry height="30" width="120" x="920" y="442.5" as="geometry" />
+           <mxGeometry height="30" width="120" x="905" y="442.5" as="geometry" />
        </mxCell>
        <mxCell id="HWx69ffex-x17Lno-qGl-47" parent="1" style="rounded=1;whiteSpace=wrap;html=1;strokeWidth=2;container=0;fillColor=#f8cecc;strokeColor=#000000;" value="&lt;font face=&quot;Comic Sans MS&quot;&gt;&lt;b&gt;Data Reuse and Sharing&lt;/b&gt;&lt;/font&gt;" vertex="1">
-           <mxGeometry height="30" width="120" x="1050" y="482.5" as="geometry" />
+           <mxGeometry height="30" width="120" x="1035" y="482.5" as="geometry" />
        </mxCell>
        <mxCell id="HWx69ffex-x17Lno-qGl-48" parent="1" style="rounded=1;whiteSpace=wrap;html=1;strokeWidth=2;container=0;fillColor=#f8cecc;strokeColor=#000000;" value="&lt;font face=&quot;Comic Sans MS&quot;&gt;&lt;b&gt;Autonomous Collection&lt;/b&gt;&lt;/font&gt;" vertex="1">
-           <mxGeometry height="30" width="120" x="920" y="482.5" as="geometry" />
+           <mxGeometry height="30" width="120" x="905" y="482.5" as="geometry" />
        </mxCell>
        <mxCell id="HWx69ffex-x17Lno-qGl-49" parent="1" style="rounded=1;whiteSpace=wrap;html=1;strokeWidth=2;container=0;fillColor=#f8cecc;strokeColor=#000000;" value="&lt;font face=&quot;Comic Sans MS&quot;&gt;&lt;b&gt;Learning from Human Video&lt;/b&gt;&lt;/font&gt;" vertex="1">
-           <mxGeometry height="30" width="120" x="1050" y="442.5" as="geometry" />
+           <mxGeometry height="30" width="120" x="1035" y="442.5" as="geometry" />
        </mxCell>
        <mxCell id="HWx69ffex-x17Lno-qGl-50" parent="1" style="rounded=1;whiteSpace=wrap;html=1;strokeWidth=2;container=0;fillColor=#f8cecc;strokeColor=#000000;" value="&lt;font face=&quot;Comic Sans MS&quot;&gt;&lt;b&gt;Synthesizing from Internet&lt;/b&gt;&lt;/font&gt;" vertex="1">
-           <mxGeometry height="30" width="120" x="980" y="582.5" as="geometry" />
+           <mxGeometry height="30" width="120" x="965" y="582.5" as="geometry" />
        </mxCell>
        <mxCell id="HWx69ffex-x17Lno-qGl-51" parent="1" style="rounded=1;whiteSpace=wrap;html=1;strokeWidth=2;container=0;fillColor=#f8cecc;strokeColor=#000000;" value="&lt;font face=&quot;Comic Sans MS&quot;&gt;&lt;b&gt;LLM-Driven Imaginary&lt;/b&gt;&lt;/font&gt;" vertex="1">
-           <mxGeometry height="30" width="120" x="1050" y="542.5" as="geometry" />
+           <mxGeometry height="30" width="120" x="1035" y="542.5" as="geometry" />
        </mxCell>
        <mxCell id="HWx69ffex-x17Lno-qGl-52" parent="1" style="rounded=1;whiteSpace=wrap;html=1;strokeWidth=2;container=0;fillColor=#f8cecc;strokeColor=#000000;" value="&lt;font face=&quot;Comic Sans MS&quot;&gt;&lt;b&gt;Video Diffusion&lt;/b&gt;&lt;/font&gt;" vertex="1">
-           <mxGeometry height="30" width="120" x="920" y="542.5" as="geometry" />
-         </mxCell>
-         <mxCell id="HWx69ffex-x17Lno-qGl-53" parent="1" style="rounded=1;whiteSpace=wrap;html=1;strokeWidth=2;container=0;fillColor=#f8cecc;strokeColor=#000000;" value="&lt;font face=&quot;Comic Sans MS&quot;&gt;&lt;b&gt;Low-Cost Teleoperation&lt;/b&gt;&lt;/font&gt;" vertex="1">
-           <mxGeometry height="30" width="120" x="1100" y="70" as="geometry" />
-         </mxCell>
-         <mxCell id="HWx69ffex-x17Lno-qGl-56" parent="1" style="text;html=1;whiteSpace=wrap;strokeColor=none;fillColor=none;align=center;verticalAlign=middle;rounded=0;container=0;" value="&lt;span style=&quot;text-align: left;&quot;&gt;&lt;font style=&quot;font-size: 13px;&quot; face=&quot;Comic Sans MS&quot;&gt;&lt;b&gt;Efficiency Benchmarks&lt;/b&gt;&lt;/font&gt;&lt;/span&gt;" vertex="1">
-           <mxGeometry height="20" width="104" x="800" y="662.5" as="geometry" />
+           <mxGeometry height="30" width="120" x="905" y="542.5" as="geometry" />
+         </mxCell>
+         <mxCell id="HWx69ffex-x17Lno-qGl-62" parent="1" style="rounded=1;whiteSpace=wrap;html=1;strokeWidth=2;container=0;fillColor=#e1d5e7;strokeColor=#000000;" value="&lt;font face=&quot;Comic Sans MS&quot;&gt;&lt;b&gt;Autonomous Driving&lt;/b&gt;&lt;/font&gt;" vertex="1">
+           <mxGeometry height="30" width="120" x="-133" y="820" as="geometry" />
+         </mxCell>
+         <mxCell id="HWx69ffex-x17Lno-qGl-63" parent="1" style="rounded=1;whiteSpace=wrap;html=1;strokeWidth=2;container=0;fillColor=#e1d5e7;strokeColor=#000000;" value="&lt;font face=&quot;Comic Sans MS&quot;&gt;&lt;b&gt;Healthcare and Surgical Robotics&lt;/b&gt;&lt;/font&gt;" vertex="1">
+           <mxGeometry height="30" width="120" x="-133" y="860" as="geometry" />
+         </mxCell>
+         <mxCell id="HWx69ffex-x17Lno-qGl-64" parent="1" style="rounded=1;whiteSpace=wrap;html=1;strokeWidth=2;container=0;fillColor=#e1d5e7;strokeColor=#000000;" value="&lt;font face=&quot;Comic Sans MS&quot;&gt;&lt;b&gt;Agricultural Robotics&lt;/b&gt;&lt;/font&gt;" vertex="1">
+           <mxGeometry height="30" width="120" x="253" y="820" as="geometry" />
+         </mxCell>
+         <mxCell id="HWx69ffex-x17Lno-qGl-65" parent="1" style="rounded=1;whiteSpace=wrap;html=1;strokeWidth=2;container=0;fillColor=#e1d5e7;strokeColor=#000000;" value="&lt;font face=&quot;Comic Sans MS&quot;&gt;&lt;b&gt;Warehouse and Logistics&lt;/b&gt;&lt;/font&gt;" vertex="1">
+           <mxGeometry height="30" width="120" x="127" y="820" as="geometry" />
+         </mxCell>
+         <mxCell id="HWx69ffex-x17Lno-qGl-66" parent="1" style="rounded=1;whiteSpace=wrap;html=1;strokeWidth=2;container=0;fillColor=#e1d5e7;strokeColor=#000000;" value="&lt;font face=&quot;Comic Sans MS&quot;&gt;&lt;b&gt;Home Service Robotics&lt;/b&gt;&lt;/font&gt;" vertex="1">
+           <mxGeometry height="30" width="120" x="-3" y="860" as="geometry" />
+         </mxCell>
+         <mxCell id="HWx69ffex-x17Lno-qGl-67" parent="1" style="rounded=1;whiteSpace=wrap;html=1;strokeWidth=2;container=0;fillColor=#e1d5e7;strokeColor=#000000;" value="&lt;font face=&quot;Comic Sans MS&quot;&gt;&lt;b&gt;Industrial Manufacturing&lt;/b&gt;&lt;/font&gt;" vertex="1">
+           <mxGeometry height="30" width="120" x="-2" y="820" as="geometry" />
+         </mxCell>
+         <mxCell id="HWx69ffex-x17Lno-qGl-69" parent="1" style="rounded=1;whiteSpace=wrap;html=1;strokeWidth=2;container=0;fillColor=#e1d5e7;strokeColor=#000000;" value="&lt;font face=&quot;Comic Sans MS&quot;&gt;&lt;b&gt;Inspection and Infrastructure&lt;/b&gt;&lt;/font&gt;" vertex="1">
+           <mxGeometry height="30" width="120" x="253" y="860" as="geometry" />
+         </mxCell>
+         <mxCell id="HWx69ffex-x17Lno-qGl-70" parent="1" style="rounded=1;whiteSpace=wrap;html=1;strokeWidth=2;container=0;fillColor=#e1d5e7;strokeColor=#000000;" value="&lt;font face=&quot;Comic Sans MS&quot;&gt;&lt;b&gt;Construction Robotics&lt;/b&gt;&lt;/font&gt;" vertex="1">
+           <mxGeometry height="30" width="120" x="127" y="860" as="geometry" />
+         </mxCell>
+         <mxCell id="HWx69ffex-x17Lno-qGl-73" parent="1" style="rounded=1;whiteSpace=wrap;html=1;strokeWidth=2;container=0;fillColor=#C6F8EF;strokeColor=#000000;gradientColor=none;" value="&lt;font face=&quot;Comic Sans MS&quot;&gt;&lt;b&gt;Simulation Platforms&lt;/b&gt;&lt;/font&gt;" vertex="1">
+           <mxGeometry height="30" width="120" x="431" y="820" as="geometry" />
+         </mxCell>
+         <mxCell id="HWx69ffex-x17Lno-qGl-74" parent="1" style="rounded=1;whiteSpace=wrap;html=1;strokeWidth=2;container=0;fillColor=#C6F8EF;strokeColor=#000000;gradientColor=none;" value="&lt;font face=&quot;Comic Sans MS&quot;&gt;&lt;b&gt;Manipulation Benchmarks&lt;/b&gt;&lt;/font&gt;" vertex="1">
+           <mxGeometry height="30" width="120" x="560" y="820" as="geometry" />
+         </mxCell>
+         <mxCell id="HWx69ffex-x17Lno-qGl-75" parent="1" style="rounded=1;whiteSpace=wrap;html=1;strokeWidth=2;container=0;fillColor=#C6F8EF;strokeColor=#000000;gradientColor=none;" value="&lt;font face=&quot;Comic Sans MS&quot;&gt;&lt;b&gt;Large-Scale Datasets&lt;/b&gt;&lt;/font&gt;" vertex="1">
+           <mxGeometry height="30" width="120" x="690" y="820" as="geometry" />
+         </mxCell>
+         <mxCell id="HWx69ffex-x17Lno-qGl-76" parent="1" style="rounded=1;whiteSpace=wrap;html=1;strokeWidth=2;container=0;fillColor=#C6F8EF;strokeColor=#000000;gradientColor=none;" value="&lt;font face=&quot;Comic Sans MS&quot;&gt;&lt;b&gt;Efficiency Benchmarks&lt;/b&gt;&lt;/font&gt;" vertex="1">
+           <mxGeometry height="30" width="120" x="620" y="860" as="geometry" />
+         </mxCell>
+         <mxCell id="HWx69ffex-x17Lno-qGl-77" parent="1" style="rounded=1;whiteSpace=wrap;html=1;strokeWidth=2;container=0;fillColor=#C6F8EF;strokeColor=#000000;gradientColor=none;" value="&lt;font face=&quot;Comic Sans MS&quot;&gt;&lt;b&gt;Sim-to-Real Evaluation&lt;/b&gt;&lt;/font&gt;" vertex="1">
+           <mxGeometry height="30" width="120" x="490" y="860" as="geometry" />
+         </mxCell>
+         <mxCell id="HWx69ffex-x17Lno-qGl-79" parent="1" style="rounded=1;whiteSpace=wrap;html=1;strokeWidth=2;container=0;fillColor=#E6E6E6;strokeColor=#000000;gradientColor=none;" value="&lt;font face=&quot;Comic Sans MS&quot;&gt;&lt;b&gt;Large-Scale Datasets&lt;/b&gt;&lt;/font&gt;" vertex="1">
+           <mxGeometry height="30" width="120" x="860" y="820" as="geometry" />
        </mxCell>
      </root>
    </mxGraphModel>
  </diagram>
</mxfile>
